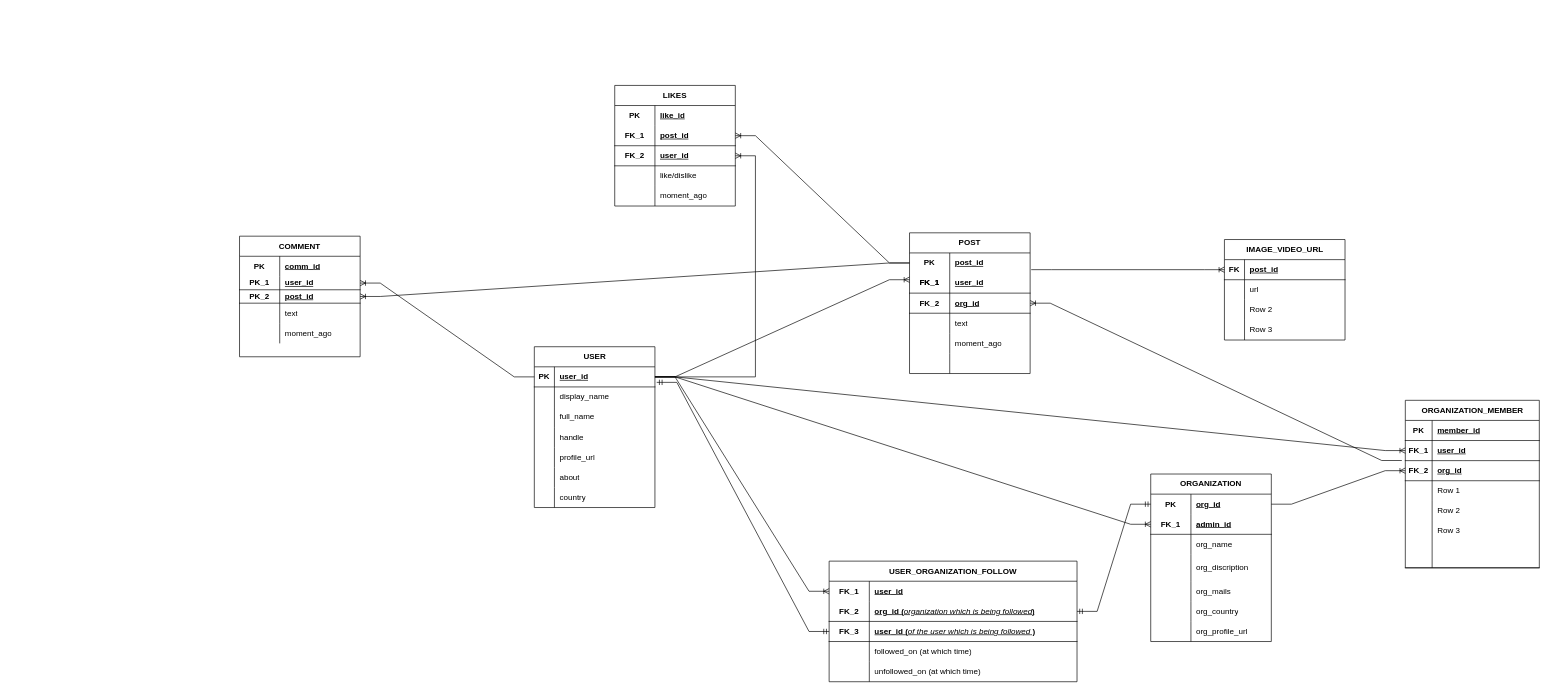
mohdhaider07/codelabz-ER keeps this draw.io diagram as Untitled Diagram.drawio. Above is the earlier version. Source tidied: cells renumbered, new cells numbered last; positions are measured from the earlier drawing's top-left corner, leaving out a move shared by most shapes. Both pictures are drawn from the tidied source at 67%, with x=0, y=0 at pixel (239, 85).
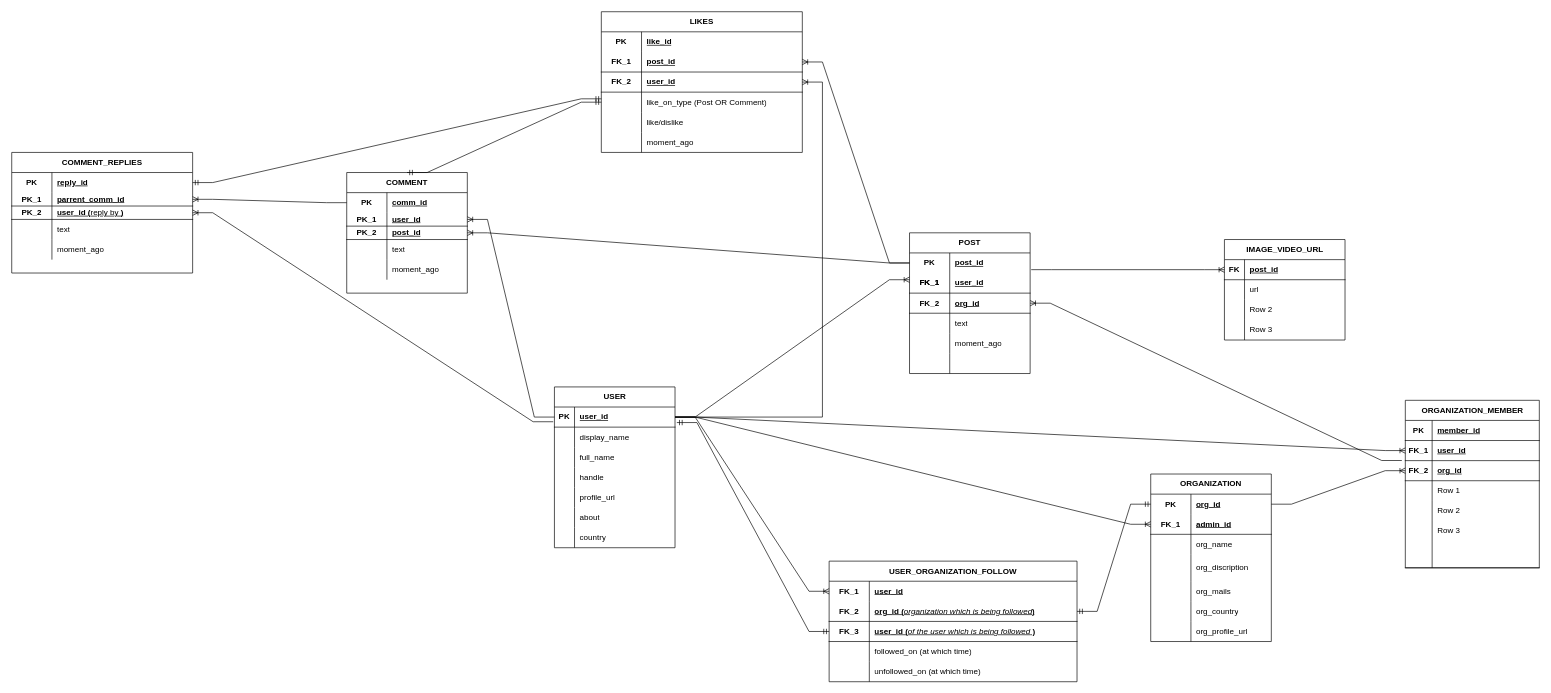
The same diagram, later.

The change refers to these unchanged cells:
```xml
<mxCell id="3" style="shape=tableRow;horizontal=0;startSize=0;swimlaneHead=0;swimlaneBody=0;fillColor=none;points=[[0,0.5],[1,0.5]];portConstraint=eastwest;top=0;left=0;right=0;bottom=1;" parent="2" vertex="1">
  <mxGeometry y="30" width="180" height="30" as="geometry" />
</mxCell>
<mxCell id="145" style="shape=tableRow;horizontal=0;startSize=0;swimlaneHead=0;swimlaneBody=0;fillColor=none;points=[[0,0.5],[1,0.5]];portConstraint=eastwest;top=0;left=0;right=0;bottom=0;html=1;strokeColor=default;fontFamily=Helvetica;fontSize=12;fontColor=default;" parent="144" vertex="1">
  <mxGeometry y="30" width="180" height="30" as="geometry" />
</mxCell>
```

What changed in the source:
```diff
@@
     <mxCell id="2" value="USER" style="shape=table;startSize=30;childLayout=tableLayout;rowLines=0;fontStyle=1;align=center;html=1;" parent="1" vertex="1">
-      <mxGeometry x="440" y="390" width="180" height="240" as="geometry" />
+      <mxGeometry x="470" y="450" width="180" height="240" as="geometry" />
     </mxCell>
@@
     <mxCell id="126" value="LIKES" style="shape=table;startSize=30;childLayout=tableLayout;rowLines=0;fontStyle=1;align=center;html=1;whiteSpace=wrap;strokeColor=default;fontFamily=Helvetica;fontSize=12;fontColor=default;fillColor=none;" parent="1" vertex="1">
-      <mxGeometry x="560" width="180" height="180" as="geometry" />
+      <mxGeometry x="540" y="-110" width="300" height="210" as="geometry" />
     </mxCell>
     <mxCell id="127" style="shape=tableRow;horizontal=0;startSize=0;swimlaneHead=0;swimlaneBody=0;fillColor=none;top=0;left=0;right=0;bottom=0;html=1;strokeColor=default;fontFamily=Helvetica;fontSize=12;fontColor=default;" parent="126" vertex="1">
-      <mxGeometry y="30" width="180" height="30" as="geometry" />
+      <mxGeometry y="30" width="300" height="30" as="geometry" />
     </mxCell>
@@
     <mxCell id="129" value="like_id" style="shape=partialRectangle;fillColor=none;top=0;left=0;bottom=0;right=0;align=left;spacingLeft=6;fontStyle=5;overflow=hidden;html=1;whiteSpace=wrap;strokeColor=default;fontFamily=Helvetica;fontSize=12;fontColor=default;" parent="127" vertex="1">
-      <mxGeometry x="60" width="120" height="30" as="geometry" />
+      <mxGeometry x="60" width="240" height="30" as="geometry" />
     </mxCell>
     <mxCell id="130" style="shape=tableRow;horizontal=0;startSize=0;swimlaneHead=0;swimlaneBody=0;fillColor=none;points=[[0,0.5],[1,0.5]];portConstraint=eastwest;top=0;left=0;right=0;bottom=1;html=1;strokeColor=default;fontFamily=Helvetica;fontSize=12;fontColor=default;" parent="126" vertex="1">
-      <mxGeometry y="60" width="180" height="30" as="geometry" />
+      <mxGeometry y="60" width="300" height="30" as="geometry" />
     </mxCell>
@@
     <mxCell id="132" value="post_id" style="shape=partialRectangle;fillColor=none;top=0;left=0;bottom=0;right=0;align=left;spacingLeft=6;fontStyle=5;overflow=hidden;html=1;whiteSpace=wrap;strokeColor=default;fontFamily=Helvetica;fontSize=12;fontColor=default;" parent="130" vertex="1">
-      <mxGeometry x="60" width="120" height="30" as="geometry" />
+      <mxGeometry x="60" width="240" height="30" as="geometry" />
     </mxCell>
     <mxCell id="133" style="shape=tableRow;horizontal=0;startSize=0;swimlaneHead=0;swimlaneBody=0;fillColor=none;points=[[0,0.5],[1,0.5]];portConstraint=eastwest;top=0;left=0;right=0;bottom=1;html=1;strokeColor=default;fontFamily=Helvetica;fontSize=12;fontColor=default;" parent="126" vertex="1">
-      <mxGeometry y="90" width="180" height="30" as="geometry" />
+      <mxGeometry y="90" width="300" height="30" as="geometry" />
     </mxCell>
@@
     <mxCell id="135" value="user_id" style="shape=partialRectangle;fillColor=none;top=0;left=0;bottom=0;right=0;align=left;spacingLeft=6;fontStyle=5;overflow=hidden;html=1;whiteSpace=wrap;strokeColor=default;fontFamily=Helvetica;fontSize=12;fontColor=default;" parent="133" vertex="1">
-      <mxGeometry x="60" width="120" height="30" as="geometry" />
+      <mxGeometry x="60" width="240" height="30" as="geometry" />
     </mxCell>
+    <mxCell id="162" style="shape=tableRow;horizontal=0;startSize=0;swimlaneHead=0;swimlaneBody=0;fillColor=none;points=[[0,0.5],[1,0.5]];portConstraint=eastwest;top=0;left=0;right=0;bottom=0;html=1;strokeColor=default;fontFamily=Helvetica;fontSize=12;fontColor=default;" parent="126" vertex="1">
+      <mxGeometry y="120" width="300" height="30" as="geometry" />
+    </mxCell>
+    <mxCell id="163" style="shape=partialRectangle;fillColor=none;top=0;left=0;bottom=0;right=0;overflow=hidden;html=1;whiteSpace=wrap;strokeColor=default;fontFamily=Helvetica;fontSize=12;fontColor=default;" parent="162" vertex="1">
+      <mxGeometry width="60" height="30" as="geometry" />
+    </mxCell>
+    <mxCell id="164" value="like_on_type (Post OR Comment)" style="shape=partialRectangle;fillColor=none;top=0;left=0;bottom=0;right=0;align=left;spacingLeft=6;overflow=hidden;html=1;whiteSpace=wrap;strokeColor=default;fontFamily=Helvetica;fontSize=12;fontColor=default;" parent="162" vertex="1">
+      <mxGeometry x="60" width="240" height="30" as="geometry" />
+    </mxCell>
     <mxCell id="136" style="shape=tableRow;horizontal=0;startSize=0;swimlaneHead=0;swimlaneBody=0;fillColor=none;top=0;left=0;right=0;bottom=0;html=1;strokeColor=default;fontFamily=Helvetica;fontSize=12;fontColor=default;" parent="126" vertex="1">
-      <mxGeometry y="120" width="180" height="30" as="geometry" />
+      <mxGeometry y="150" width="300" height="30" as="geometry" />
     </mxCell>
@@
     <mxCell id="138" value="like/dislike" style="shape=partialRectangle;fillColor=none;top=0;left=0;bottom=0;right=0;align=left;spacingLeft=6;overflow=hidden;html=1;whiteSpace=wrap;strokeColor=default;fontFamily=Helvetica;fontSize=12;fontColor=default;" parent="136" vertex="1">
-      <mxGeometry x="60" width="120" height="30" as="geometry" />
+      <mxGeometry x="60" width="240" height="30" as="geometry" />
     </mxCell>
     <mxCell id="139" style="shape=tableRow;horizontal=0;startSize=0;swimlaneHead=0;swimlaneBody=0;fillColor=none;top=0;left=0;right=0;bottom=0;html=1;strokeColor=default;fontFamily=Helvetica;fontSize=12;fontColor=default;" parent="126" vertex="1">
-      <mxGeometry y="150" width="180" height="30" as="geometry" />
+      <mxGeometry y="180" width="300" height="30" as="geometry" />
     </mxCell>
@@
     <mxCell id="141" value="moment_ago" style="shape=partialRectangle;fillColor=none;top=0;left=0;bottom=0;right=0;align=left;spacingLeft=6;overflow=hidden;html=1;whiteSpace=wrap;strokeColor=default;fontFamily=Helvetica;fontSize=12;fontColor=default;" parent="139" vertex="1">
-      <mxGeometry x="60" width="120" height="30" as="geometry" />
+      <mxGeometry x="60" width="240" height="30" as="geometry" />
     </mxCell>
@@
     <mxCell id="144" value="COMMENT" style="shape=table;startSize=30;childLayout=tableLayout;rowLines=0;fontStyle=1;align=center;html=1;whiteSpace=wrap;strokeColor=default;fontFamily=Helvetica;fontSize=12;fontColor=default;fillColor=none;" parent="1" vertex="1">
-      <mxGeometry y="225" width="180" height="180" as="geometry" />
+      <mxGeometry x="160" y="130" width="180" height="180" as="geometry" />
     </mxCell>
@@
+    <mxCell id="165" style="edgeStyle=entityRelationEdgeStyle;fontSize=12;html=1;endArrow=ERmandOne;startArrow=ERmandOne;rounded=0;fontFamily=Helvetica;fontColor=default;exitX=0.5;exitY=0;exitDx=0;exitDy=0;entryX=0;entryY=0.5;entryDx=0;entryDy=0;" parent="1" edge="1" source="144" target="162">
+      <mxGeometry relative="1" as="geometry" />
+    </mxCell>
+    <mxCell id="166" value="COMMENT_REPLIES" style="shape=table;startSize=30;childLayout=tableLayout;rowLines=0;fontStyle=1;align=center;html=1;whiteSpace=wrap;strokeColor=default;fontFamily=Helvetica;fontSize=12;fontColor=default;fillColor=none;" parent="1" vertex="1">
+      <mxGeometry x="-340" y="100" width="270" height="180" as="geometry" />
+    </mxCell>
+    <mxCell id="167" style="shape=tableRow;horizontal=0;startSize=0;swimlaneHead=0;swimlaneBody=0;fillColor=none;points=[[0,0.5],[1,0.5]];portConstraint=eastwest;top=0;left=0;right=0;bottom=0;html=1;strokeColor=default;fontFamily=Helvetica;fontSize=12;fontColor=default;" parent="166" vertex="1">
+      <mxGeometry y="30" width="270" height="30" as="geometry" />
+    </mxCell>
+    <mxCell id="168" value="PK" style="shape=partialRectangle;fillColor=none;top=0;left=0;bottom=0;right=0;fontStyle=1;overflow=hidden;html=1;whiteSpace=wrap;strokeColor=default;fontFamily=Helvetica;fontSize=12;fontColor=default;" parent="167" vertex="1">
+      <mxGeometry width="60" height="30" as="geometry" />
+    </mxCell>
+    <mxCell id="169" value="reply_id" style="shape=partialRectangle;fillColor=none;top=0;left=0;bottom=0;right=0;align=left;spacingLeft=6;fontStyle=5;overflow=hidden;html=1;whiteSpace=wrap;strokeColor=default;fontFamily=Helvetica;fontSize=12;fontColor=default;" parent="167" vertex="1">
+      <mxGeometry x="60" width="210" height="30" as="geometry" />
+    </mxCell>
+    <mxCell id="170" style="shape=tableRow;horizontal=0;startSize=0;swimlaneHead=0;swimlaneBody=0;fillColor=none;points=[[0,0.5],[1,0.5]];portConstraint=eastwest;top=0;left=0;right=0;bottom=1;html=1;strokeColor=default;fontFamily=Helvetica;fontSize=12;fontColor=default;" parent="166" vertex="1">
+      <mxGeometry y="60" width="270" height="20" as="geometry" />
+    </mxCell>
+    <mxCell id="171" value="PK_1" style="shape=partialRectangle;fillColor=none;top=0;left=0;bottom=0;right=0;fontStyle=1;overflow=hidden;html=1;whiteSpace=wrap;strokeColor=default;fontFamily=Helvetica;fontSize=12;fontColor=default;" parent="170" vertex="1">
+      <mxGeometry width="60" height="20" as="geometry" />
+    </mxCell>
+    <mxCell id="172" value="parrent_comm_id" style="shape=partialRectangle;fillColor=none;top=0;left=0;bottom=0;right=0;align=left;spacingLeft=6;fontStyle=5;overflow=hidden;html=1;whiteSpace=wrap;strokeColor=default;fontFamily=Helvetica;fontSize=12;fontColor=default;" parent="170" vertex="1">
+      <mxGeometry x="60" width="210" height="20" as="geometry" />
+    </mxCell>
+    <mxCell id="173" style="shape=tableRow;horizontal=0;startSize=0;swimlaneHead=0;swimlaneBody=0;fillColor=none;points=[[0,0.5],[1,0.5]];portConstraint=eastwest;top=0;left=0;right=0;bottom=1;html=1;strokeColor=default;fontFamily=Helvetica;fontSize=12;fontColor=default;" parent="166" vertex="1">
+      <mxGeometry y="80" width="270" height="20" as="geometry" />
+    </mxCell>
+    <mxCell id="174" value="PK_2" style="shape=partialRectangle;fillColor=none;top=0;left=0;bottom=0;right=0;fontStyle=1;overflow=hidden;html=1;whiteSpace=wrap;strokeColor=default;fontFamily=Helvetica;fontSize=12;fontColor=default;" parent="173" vertex="1">
+      <mxGeometry width="60" height="20" as="geometry" />
+    </mxCell>
+    <mxCell id="175" value="user_id (&lt;span style=&quot;font-weight: normal;&quot;&gt;reply by &lt;/span&gt;)" style="shape=partialRectangle;fillColor=none;top=0;left=0;bottom=0;right=0;align=left;spacingLeft=6;fontStyle=5;overflow=hidden;html=1;whiteSpace=wrap;strokeColor=default;fontFamily=Helvetica;fontSize=12;fontColor=default;" parent="173" vertex="1">
+      <mxGeometry x="60" width="210" height="20" as="geometry" />
+    </mxCell>
+    <mxCell id="176" style="shape=tableRow;horizontal=0;startSize=0;swimlaneHead=0;swimlaneBody=0;fillColor=none;top=0;left=0;right=0;bottom=0;html=1;strokeColor=default;fontFamily=Helvetica;fontSize=12;fontColor=default;" parent="166" vertex="1">
+      <mxGeometry y="100" width="270" height="30" as="geometry" />
+    </mxCell>
+    <mxCell id="177" style="shape=partialRectangle;fillColor=none;top=0;left=0;bottom=0;right=0;overflow=hidden;html=1;whiteSpace=wrap;strokeColor=default;fontFamily=Helvetica;fontSize=12;fontColor=default;" parent="176" vertex="1">
+      <mxGeometry width="60" height="30" as="geometry" />
+    </mxCell>
+    <mxCell id="178" value="text" style="shape=partialRectangle;fillColor=none;top=0;left=0;bottom=0;right=0;align=left;spacingLeft=6;overflow=hidden;html=1;whiteSpace=wrap;strokeColor=default;fontFamily=Helvetica;fontSize=12;fontColor=default;" parent="176" vertex="1">
+      <mxGeometry x="60" width="210" height="30" as="geometry" />
+    </mxCell>
+    <mxCell id="179" style="shape=tableRow;horizontal=0;startSize=0;swimlaneHead=0;swimlaneBody=0;fillColor=none;top=0;left=0;right=0;bottom=0;html=1;strokeColor=default;fontFamily=Helvetica;fontSize=12;fontColor=default;" parent="166" vertex="1">
+      <mxGeometry y="130" width="270" height="30" as="geometry" />
+    </mxCell>
+    <mxCell id="180" style="shape=partialRectangle;fillColor=none;top=0;left=0;bottom=0;right=0;overflow=hidden;html=1;whiteSpace=wrap;strokeColor=default;fontFamily=Helvetica;fontSize=12;fontColor=default;" parent="179" vertex="1">
+      <mxGeometry width="60" height="30" as="geometry" />
+    </mxCell>
+    <mxCell id="181" value="moment_ago" style="shape=partialRectangle;fillColor=none;top=0;left=0;bottom=0;right=0;align=left;spacingLeft=6;overflow=hidden;html=1;whiteSpace=wrap;strokeColor=default;fontFamily=Helvetica;fontSize=12;fontColor=default;" parent="179" vertex="1">
+      <mxGeometry x="60" width="210" height="30" as="geometry" />
+    </mxCell>
+    <mxCell id="182" style="edgeStyle=entityRelationEdgeStyle;fontSize=12;html=1;endArrow=ERoneToMany;rounded=0;fontFamily=Helvetica;fontColor=default;exitX=0;exitY=0.5;exitDx=0;exitDy=0;" parent="1" edge="1" source="145" target="170">
+      <mxGeometry relative="1" as="geometry" />
+    </mxCell>
+    <mxCell id="183" style="edgeStyle=entityRelationEdgeStyle;fontSize=12;html=1;endArrow=ERoneToMany;rounded=0;fontFamily=Helvetica;fontColor=default;exitX=-0.01;exitY=0.732;exitDx=0;exitDy=0;entryX=1;entryY=0.5;entryDx=0;entryDy=0;exitPerimeter=0;" parent="1" edge="1" source="3" target="173">
+      <mxGeometry relative="1" as="geometry" />
+    </mxCell>
+    <mxCell id="184" style="edgeStyle=entityRelationEdgeStyle;fontSize=12;html=1;endArrow=ERmandOne;startArrow=ERmandOne;rounded=0;fontFamily=Helvetica;fontColor=default;" parent="1" edge="1" source="167">
+      <mxGeometry relative="1" as="geometry">
+        <mxPoint x="540" y="20" as="targetPoint" />
+      </mxGeometry>
+    </mxCell>
```
